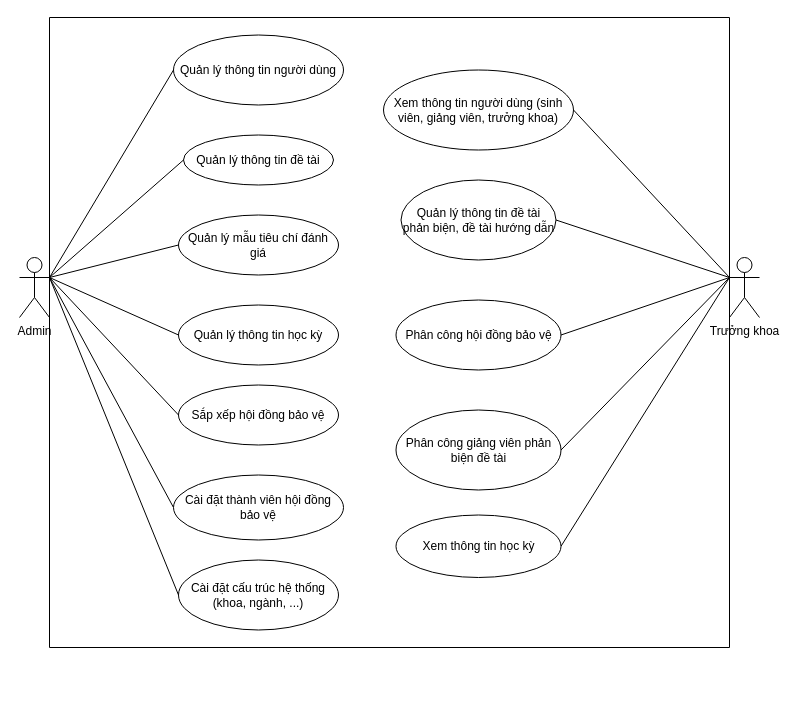
ngdangkiet/thesis-document keeps this draw.io diagram as page "Biểu đồ UseCase tổng quan [Admin, Trưởng khoa]" (1 of 6) of report/thesis.drawio. Above is the earlier version. Source tidied: cells renumbered, new cells numbered last; positions are measured from the earlier drawing's top-left corner, leaving out a move shared by most shapes. Both pictures are drawn from the tidied source at 100%, with x=0, y=0 at pixel (19, 17).
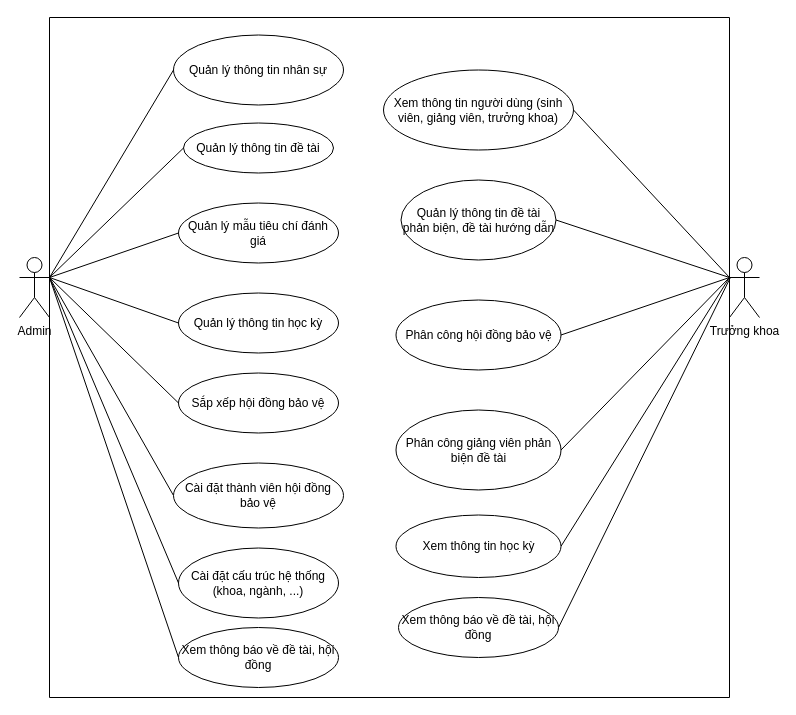
The same diagram, later.

Change to the diagram source:
```diff
@@
     <mxCell id="16" style="swimlane;startSize=0;" parent="1" vertex="1">
-      <mxGeometry x="30" width="680" height="630" as="geometry" />
+      <mxGeometry x="30" width="680" height="680" as="geometry" />
     </mxCell>
     <mxCell id="17" value="Quản lý thông tin đề tài" style="ellipse;whiteSpace=wrap;html=1;" parent="16" vertex="1">
-      <mxGeometry x="134" y="117.5" width="150" height="50" as="geometry" />
+      <mxGeometry x="134" y="105.5" width="150" height="50" as="geometry" />
     </mxCell>
     <mxCell id="18" value="Quản lý mẫu tiêu chí đánh giá" style="ellipse;whiteSpace=wrap;html=1;" parent="16" vertex="1">
-      <mxGeometry x="129" y="197.5" width="160" height="60" as="geometry" />
+      <mxGeometry x="129" y="185.5" width="160" height="60" as="geometry" />
     </mxCell>
     <mxCell id="19" value="Quản lý thông tin học kỳ" style="ellipse;whiteSpace=wrap;html=1;" parent="16" vertex="1">
-      <mxGeometry x="129" y="287.5" width="160" height="60" as="geometry" />
+      <mxGeometry x="129" y="275.5" width="160" height="60" as="geometry" />
     </mxCell>
     <mxCell id="20" value="Sắp xếp hội đồng bảo vệ" style="ellipse;whiteSpace=wrap;html=1;" parent="16" vertex="1">
-      <mxGeometry x="129" y="367.5" width="160" height="60" as="geometry" />
+      <mxGeometry x="129" y="355.5" width="160" height="60" as="geometry" />
     </mxCell>
     <mxCell id="21" value="Cài đặt thành viên hội đồng bảo vệ" style="ellipse;whiteSpace=wrap;html=1;" parent="16" vertex="1">
-      <mxGeometry x="124" y="457.5" width="170" height="65" as="geometry" />
+      <mxGeometry x="124" y="445.5" width="170" height="65" as="geometry" />
     </mxCell>
-    <mxCell id="22" value="Quản lý thông tin người dùng" style="ellipse;whiteSpace=wrap;html=1;" parent="16" vertex="1">
+    <mxCell id="22" value="Quản lý thông tin nhân sự" style="ellipse;whiteSpace=wrap;html=1;" parent="16" vertex="1">
       <mxGeometry x="124" y="17.5" width="170" height="70" as="geometry" />
     </mxCell>
     <mxCell id="23" value="Cài đặt cấu trúc hệ thống (khoa, ngành, ...)" style="ellipse;whiteSpace=wrap;html=1;" parent="16" vertex="1">
-      <mxGeometry x="129" y="542.5" width="160" height="70" as="geometry" />
+      <mxGeometry x="129" y="530.5" width="160" height="70" as="geometry" />
     </mxCell>
@@
+    <mxCell id="29" value="Xem thông báo về đề tài, hội đồng" style="ellipse;whiteSpace=wrap;html=1;" parent="16" vertex="1">
+      <mxGeometry x="129" y="610" width="160" height="60" as="geometry" />
+    </mxCell>
+    <mxCell id="30" value="Xem thông báo về đề tài, hội đồng" style="ellipse;whiteSpace=wrap;html=1;" parent="16" vertex="1">
+      <mxGeometry x="349" y="580" width="160" height="60" as="geometry" />
+    </mxCell>
+    <mxCell id="31" style="endArrow=none;html=1;rounded=0;entryX=0;entryY=0.5;entryDx=0;entryDy=0;" parent="16" edge="1" target="29">
+      <mxGeometry relative="1" as="geometry">
+        <mxPoint y="260" as="sourcePoint" />
+      </mxGeometry>
+    </mxCell>
+    <mxCell id="32" style="endArrow=none;html=1;rounded=0;entryX=1.001;entryY=0.383;entryDx=0;entryDy=0;entryPerimeter=0;exitX=1;exitY=0.5;exitDx=0;exitDy=0;" parent="16" edge="1" source="30" target="16">
+      <mxGeometry relative="1" as="geometry" />
+    </mxCell>
```
